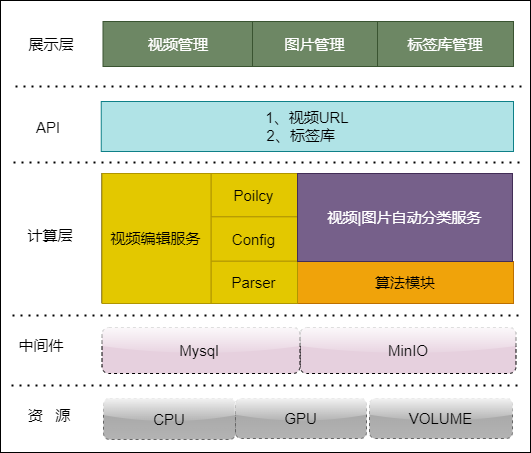
This is 未命名绘图.png from imtiqq/draw, a draw.io export, as it was before one commit. Source tidied: cells renumbered, new cells last; positions are measured from the earlier drawing's top-left corner, leaving out a move shared by most shapes.
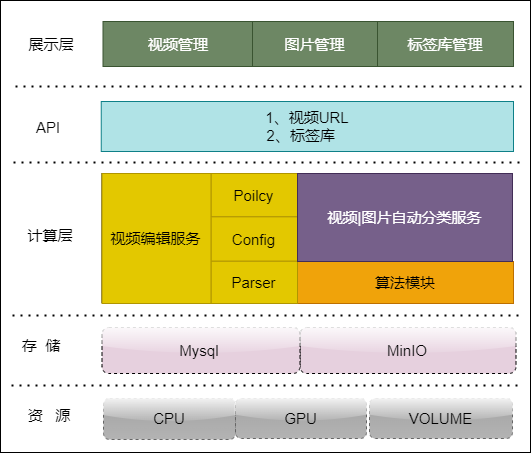
After the commit.

Commit message:
更新未命名绘图.png

What changed in the source:
```diff
@@ -50,7 +50,7 @@
         <mxPoint x="523" y="315" as="targetPoint" />
       </mxGeometry>
     </mxCell>
-    <mxCell id="17" value="中间件" style="text;html=1;strokeColor=none;fillColor=none;align=center;verticalAlign=middle;whiteSpace=wrap;rounded=0;fontSize=15;" parent="1" vertex="1">
+    <mxCell id="17" value="存&amp;nbsp; 储" style="text;html=1;strokeColor=none;fillColor=none;align=center;verticalAlign=middle;whiteSpace=wrap;rounded=0;fontSize=15;" parent="1" vertex="1">
       <mxGeometry x="11" y="330" width="60" height="30" as="geometry" />
     </mxCell>
     <mxCell id="18" style="endArrow=none;dashed=1;html=1;dashPattern=1 3;strokeWidth=2;rounded=0;fontSize=15;" parent="1" edge="1">
```
